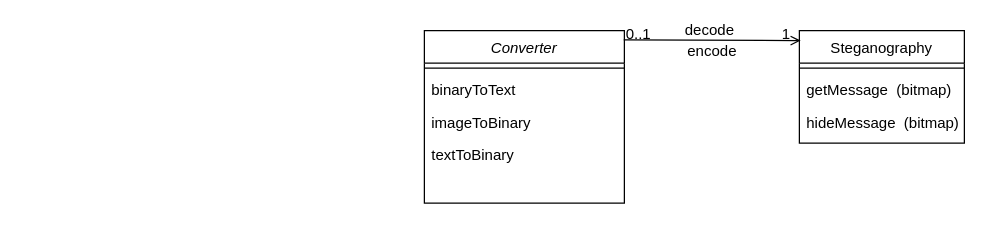
NataliaPerez08/Proyecto_Estenografia keeps this draw.io diagram as docs/diagramaClases.drawio. Above is the earlier version. Source tidied: cells renumbered, new cells numbered last; positions are measured from the earlier drawing's top-left corner, leaving out a move shared by most shapes. Both pictures are drawn from the tidied source at 125%, with x=0, y=0 at pixel (424, 30).
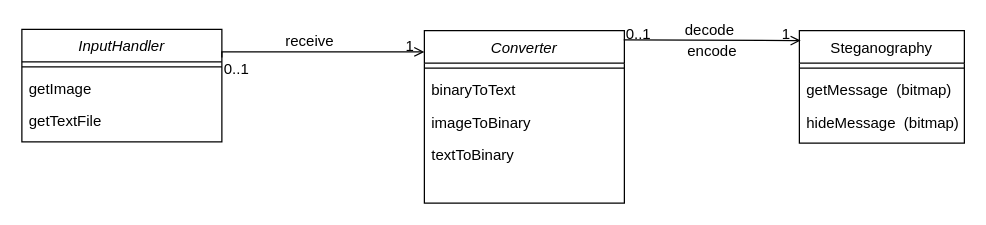
The same page after the edit.

Commit message (it also covers changes not shown here):
Documentación y recursos Diagrama de clases e imagen para pruebas

The change refers to these unchanged cells:
```xml
<mxCell id="2" value="Converter" style="swimlane;fontStyle=2;align=center;verticalAlign=top;horizontal=1;startSize=26;rounded=0;shadow=0;strokeWidth=1;" parent="1" vertex="1">
  <mxGeometry width="160" height="138" as="geometry" />
</mxCell>
```

Change to the diagram source:
```diff
@@
+    <mxCell id="16" value="InputHandler" style="swimlane;fontStyle=2;align=center;verticalAlign=top;horizontal=1;startSize=26;rounded=0;shadow=0;strokeWidth=1;" parent="1" vertex="1">
+      <mxGeometry x="-322" y="-1" width="160" height="90" as="geometry" />
+    </mxCell>
+    <mxCell id="17" style="line;html=1;strokeWidth=1;align=left;verticalAlign=middle;spacingTop=-1;spacingLeft=3;spacingRight=3;labelPosition=right;" parent="16" vertex="1">
+      <mxGeometry y="26" width="160" height="8" as="geometry" />
+    </mxCell>
+    <mxCell id="18" value="getImage" style="text;align=left;verticalAlign=top;spacingLeft=4;spacingRight=4;overflow=hidden;" parent="16" vertex="1">
+      <mxGeometry y="34" width="160" height="26" as="geometry" />
+    </mxCell>
+    <mxCell id="19" value="getTextFile" style="text;align=left;verticalAlign=top;spacingLeft=4;spacingRight=4;overflow=hidden;" parent="16" vertex="1">
+      <mxGeometry y="60" width="160" height="26" as="geometry" />
+    </mxCell>
+    <mxCell id="20" style="endArrow=open;shadow=0;strokeWidth=1;rounded=0;endFill=1;edgeStyle=elbowEdgeStyle;elbow=vertical;exitX=1;exitY=0.25;exitDx=0;exitDy=0;entryX=0;entryY=0.12;entryDx=0;entryDy=0;entryPerimeter=0;" parent="1" edge="1" source="16" target="2">
+      <mxGeometry x="0.5" y="41" relative="1" as="geometry">
+        <Array as="points">
+          <mxPoint x="-22" y="17" />
+          <mxPoint x="-32" y="9" />
+          <mxPoint x="-22" y="9" />
+          <mxPoint x="78.5" y="18" />
+          <mxPoint x="58.5" y="30" />
+          <mxPoint x="58.5" y="40" />
+          <mxPoint x="48.5" y="60" />
+          <mxPoint x="8.5" y="20" />
+        </Array>
+        <mxPoint x="-40" y="32" as="offset" />
+      </mxGeometry>
+    </mxCell>
+    <mxCell id="21" value="0..1" style="align=left;verticalAlign=bottom;labelBackgroundColor=none;fontSize=12;" parent="20" vertex="1">
+      <mxGeometry x="-1" relative="1" as="geometry">
+        <mxPoint y="17.5" as="offset" />
+      </mxGeometry>
+    </mxCell>
+    <mxCell id="22" value="1" style="align=right;verticalAlign=bottom;labelBackgroundColor=none;fontSize=12;" parent="20" vertex="1">
+      <mxGeometry x="1" relative="1" as="geometry">
+        <mxPoint x="-7" y="4" as="offset" />
+      </mxGeometry>
+    </mxCell>
+    <mxCell id="23" value="receive" style="text;html=1;align=center;verticalAlign=middle;labelBackgroundColor=none;rounded=0;shadow=0;strokeWidth=1;fontSize=12;" parent="20" vertex="1">
+      <mxGeometry x="0.5" y="49" relative="1" as="geometry">
+        <mxPoint x="-50.6" y="40" as="offset" />
+      </mxGeometry>
+    </mxCell>
```
